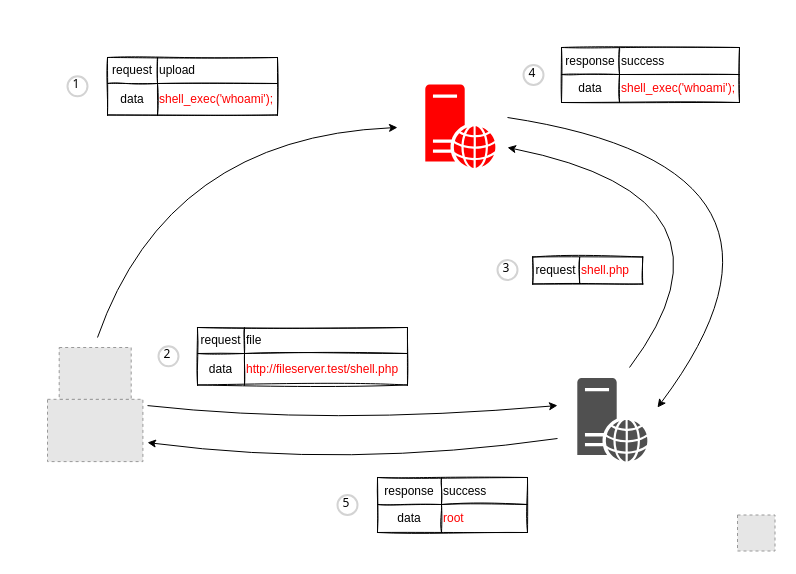
Earlier version of the draw.io diagram remote-file-inclusion.drawio (qeeqbox/remote-file-inclusion). Source tidied: cells renumbered, new cells numbered last; positions are measured from the earlier drawing's top-left corner, leaving out a move shared by most shapes. Both pictures are drawn from the tidied source at 100%, with x=0, y=0 at pixel (17, 17). Pictures stored in the file or linked from it are replaced by grey dashed boxes.
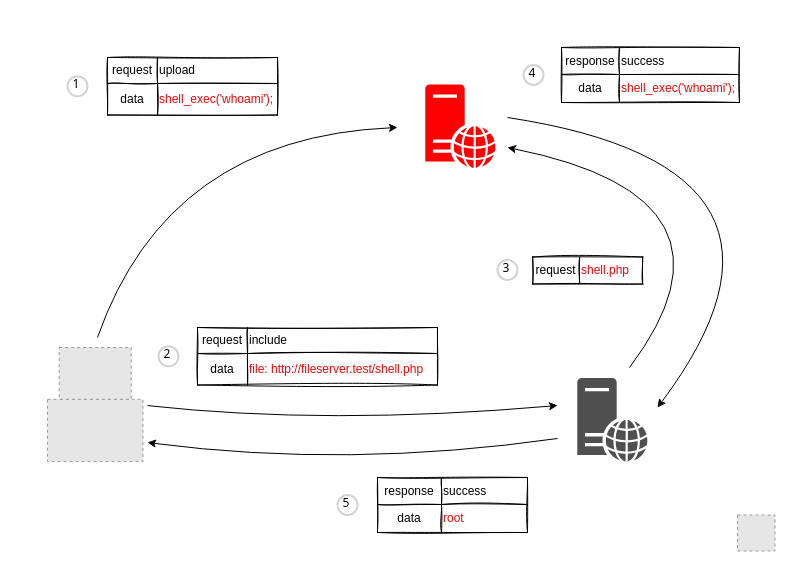
After the change.

What changed in the source:
```diff
@@
     <mxCell id="12" style="shape=table;html=1;whiteSpace=wrap;startSize=0;childLayout=tableLayout;align=left;rounded=0;shadow=0;sketch=1;arcSize=0;" parent="1" vertex="1">
-      <mxGeometry x="180" y="310" width="210" height="57.5" as="geometry" />
+      <mxGeometry x="180" y="310" width="240" height="57.5" as="geometry" />
     </mxCell>
     <mxCell id="13" style="shape=tableRow;horizontal=0;startSize=0;swimlaneHead=0;swimlaneBody=0;top=0;left=0;bottom=0;right=0;fillColor=none;" parent="12" vertex="1">
-      <mxGeometry width="210" height="26" as="geometry" />
+      <mxGeometry width="240" height="26" as="geometry" />
     </mxCell>
     <mxCell id="14" value="request" style="shape=partialRectangle;html=1;whiteSpace=wrap;fillColor=none;top=0;left=0;bottom=0;right=0;overflow=hidden;" parent="13" vertex="1">
-      <mxGeometry width="47" height="26" as="geometry" />
+      <mxGeometry width="50" height="26" as="geometry" />
     </mxCell>
-    <mxCell id="15" value="&lt;div style=&quot;text-align: center;&quot;&gt;file&lt;br&gt;&lt;/div&gt;" style="shape=partialRectangle;html=1;whiteSpace=wrap;fillColor=none;top=0;left=0;bottom=0;right=0;overflow=hidden;align=left;" parent="13" vertex="1">
-      <mxGeometry x="47" width="163" height="26" as="geometry" />
+    <mxCell id="15" value="&lt;div style=&quot;text-align: center;&quot;&gt;include&lt;br&gt;&lt;/div&gt;" style="shape=partialRectangle;html=1;whiteSpace=wrap;fillColor=none;top=0;left=0;bottom=0;right=0;overflow=hidden;align=left;" parent="13" vertex="1">
+      <mxGeometry x="50" width="190" height="26" as="geometry" />
     </mxCell>
     <mxCell id="16" style="shape=tableRow;horizontal=0;startSize=0;swimlaneHead=0;swimlaneBody=0;top=0;left=0;bottom=0;right=0;fillColor=none;" parent="12" vertex="1">
-      <mxGeometry y="26" width="210" height="32" as="geometry" />
+      <mxGeometry y="26" width="240" height="32" as="geometry" />
     </mxCell>
     <mxCell id="17" value="data" style="shape=partialRectangle;html=1;whiteSpace=wrap;fillColor=none;top=0;left=0;bottom=0;right=0;overflow=hidden;" parent="16" vertex="1">
-      <mxGeometry width="47" height="32" as="geometry" />
+      <mxGeometry width="50" height="32" as="geometry" />
     </mxCell>
-    <mxCell id="18" value="&lt;font color=&quot;#ff0000&quot;&gt;http://fileserver.test/shell.php&lt;/font&gt;" style="shape=partialRectangle;html=1;whiteSpace=wrap;fillColor=none;top=0;left=0;bottom=0;right=0;overflow=hidden;align=left;" parent="16" vertex="1">
-      <mxGeometry x="47" width="163" height="32" as="geometry" />
+    <mxCell id="18" value="&lt;font color=&quot;#ff0000&quot;&gt;file: http://fileserver.test/shell.php&lt;/font&gt;" style="shape=partialRectangle;html=1;whiteSpace=wrap;fillColor=none;top=0;left=0;bottom=0;right=0;overflow=hidden;align=left;" parent="16" vertex="1">
+      <mxGeometry x="50" width="190" height="32" as="geometry" />
     </mxCell>
```
